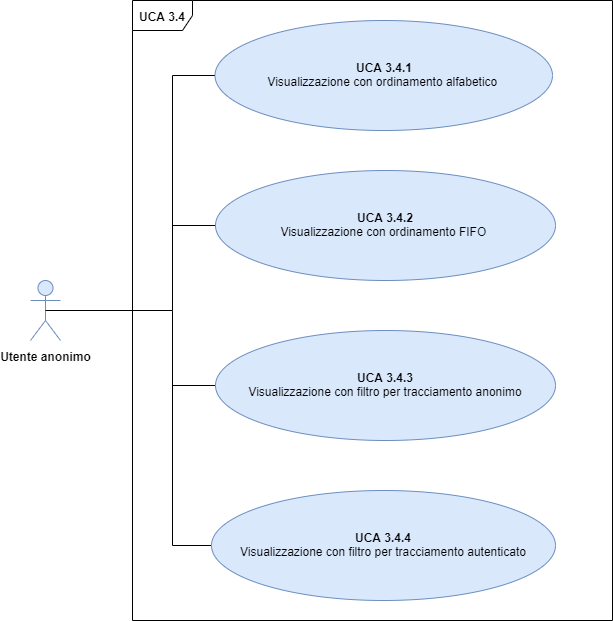
The draw.io diagram DocumentazioneEsterna/AnalisiDeiRequisiti/Sezioni/UseCase/Immagini/UCA3.4.png in qb-team/Stalker-Documentazione, before a commit. Source tidied: cells renumbered, new cells last; positions are measured from the earlier drawing's top-left corner, leaving out a move shared by most shapes. The source it was exported from:
```xml
<mxGraphModel>
  <root>
    <mxCell id="0" />
    <mxCell id="1" parent="0" />
    <mxCell id="2" value="&lt;b&gt;UCA 3.4&lt;/b&gt;" style="shape=umlFrame;whiteSpace=wrap;html=1;fontFamily=Helvetica;fontSize=12;" parent="1" vertex="1">
      <mxGeometry x="102" width="480" height="620" as="geometry" />
    </mxCell>
    <mxCell id="3" value="&lt;b&gt;Utente anonimo&lt;/b&gt;" style="shape=umlActor;verticalLabelPosition=bottom;labelBackgroundColor=#ffffff;verticalAlign=top;html=1;outlineConnect=0;fillColor=#dae8fc;strokeColor=#6c8ebf;fontFamily=Helvetica;fontSize=12;" parent="1" vertex="1">
      <mxGeometry y="280" width="30" height="60" as="geometry" />
    </mxCell>
    <mxCell id="4" style="edgeStyle=orthogonalEdgeStyle;rounded=0;jettySize=auto;html=1;exitX=0;exitY=0.5;exitDx=0;exitDy=0;entryX=0.5;entryY=0.5;entryDx=0;entryDy=0;entryPerimeter=0;endArrow=none;endFill=0;fontFamily=Helvetica;fontSize=12;" parent="1" edge="1" source="5" target="3">
      <mxGeometry relative="1" as="geometry">
        <Array as="points">
          <mxPoint x="142" y="75" />
          <mxPoint x="142" y="310" />
        </Array>
      </mxGeometry>
    </mxCell>
    <mxCell id="5" value="&lt;b&gt;UCA 3.4.1&lt;/b&gt;&lt;br&gt;Visualizzazione con ordinamento alfabetico&amp;nbsp;" style="ellipse;whiteSpace=wrap;html=1;fillColor=#dae8fc;strokeColor=#6c8ebf;fontFamily=Helvetica;fontSize=12;" parent="1" vertex="1">
      <mxGeometry x="184.5" y="20" width="337.5" height="110" as="geometry" />
    </mxCell>
    <mxCell id="6" style="edgeStyle=orthogonalEdgeStyle;rounded=0;jettySize=auto;html=1;exitX=0;exitY=0.5;exitDx=0;exitDy=0;endArrow=none;endFill=0;fontFamily=Helvetica;fontSize=12;" parent="1" edge="1" source="7">
      <mxGeometry relative="1" as="geometry">
        <mxPoint x="142" y="225" as="targetPoint" />
      </mxGeometry>
    </mxCell>
    <mxCell id="7" value="&lt;span style=&quot;line-height: 107% ; font-size: 12px&quot;&gt;&lt;font style=&quot;font-size: 12px&quot;&gt;&lt;b&gt;UCA 3.4.2&lt;/b&gt;&lt;br&gt;Visualizzazione con ordinamento FIFO&amp;nbsp;&lt;/font&gt;&lt;/span&gt;" style="ellipse;whiteSpace=wrap;html=1;fillColor=#dae8fc;strokeColor=#6c8ebf;fontFamily=Helvetica;fontSize=12;" parent="1" vertex="1">
      <mxGeometry x="185" y="170" width="340" height="110" as="geometry" />
    </mxCell>
    <mxCell id="8" style="edgeStyle=orthogonalEdgeStyle;rounded=0;jettySize=auto;html=1;exitX=0;exitY=0.5;exitDx=0;exitDy=0;endArrow=none;endFill=0;fontFamily=Helvetica;fontSize=12;" parent="1" edge="1" source="9">
      <mxGeometry relative="1" as="geometry">
        <mxPoint x="142" y="380" as="targetPoint" />
      </mxGeometry>
    </mxCell>
    <mxCell id="9" value="&lt;span style=&quot;line-height: 107% ; font-size: 12px&quot;&gt;&lt;font style=&quot;font-size: 12px&quot;&gt;&lt;b&gt;UCA 3.4.4&lt;/b&gt;&lt;br&gt;&lt;span style=&quot;line-height: 107% ; font-size: 12px&quot;&gt;Visualizzazione con filtro per tracciamento autenticato&lt;/span&gt;&lt;/font&gt;&lt;br style=&quot;font-size: 12px&quot;&gt;&lt;/span&gt;" style="ellipse;whiteSpace=wrap;html=1;fillColor=#dae8fc;strokeColor=#6c8ebf;fontFamily=Helvetica;fontSize=12;" parent="1" vertex="1">
      <mxGeometry x="181" y="490" width="344" height="110" as="geometry" />
    </mxCell>
    <mxCell id="10" style="edgeStyle=orthogonalEdgeStyle;rounded=0;jettySize=auto;html=1;exitX=0;exitY=0.5;exitDx=0;exitDy=0;endArrow=none;endFill=0;fontFamily=Helvetica;fontSize=12;" parent="1" edge="1" source="11">
      <mxGeometry relative="1" as="geometry">
        <mxPoint x="142" y="310" as="targetPoint" />
      </mxGeometry>
    </mxCell>
    <mxCell id="11" value="&lt;span style=&quot;line-height: 107% ; font-size: 12px&quot;&gt;&lt;font style=&quot;font-size: 12px&quot;&gt;&lt;b&gt;UCA 3.4.3&lt;/b&gt;&lt;br&gt;Visualizzazione con filtro per tracciamento anonimo&lt;/font&gt;&lt;/span&gt;" style="ellipse;whiteSpace=wrap;html=1;fillColor=#dae8fc;strokeColor=#6c8ebf;fontFamily=Helvetica;fontSize=12;" parent="1" vertex="1">
      <mxGeometry x="185" y="330" width="340" height="110" as="geometry" />
    </mxCell>
  </root>
</mxGraphModel>
```
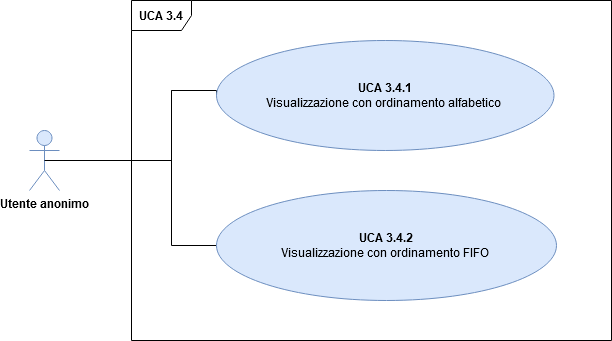
After the change.

Diff of the diagram source:
```diff
@@ -3,7 +3,7 @@
     <mxCell id="0" />
     <mxCell id="1" parent="0" />
     <mxCell id="2" value="&lt;b&gt;UCA 3.4&lt;/b&gt;" style="shape=umlFrame;whiteSpace=wrap;html=1;fontFamily=Helvetica;fontSize=12;" parent="1" vertex="1">
-      <mxGeometry x="102" width="480" height="620" as="geometry" />
+      <mxGeometry x="102" y="150" width="480" height="340" as="geometry" />
     </mxCell>
     <mxCell id="3" value="&lt;b&gt;Utente anonimo&lt;/b&gt;" style="shape=umlActor;verticalLabelPosition=bottom;labelBackgroundColor=#ffffff;verticalAlign=top;html=1;outlineConnect=0;fillColor=#dae8fc;strokeColor=#6c8ebf;fontFamily=Helvetica;fontSize=12;" parent="1" vertex="1">
       <mxGeometry y="280" width="30" height="60" as="geometry" />
@@ -11,37 +11,22 @@
     <mxCell id="4" style="edgeStyle=orthogonalEdgeStyle;rounded=0;jettySize=auto;html=1;exitX=0;exitY=0.5;exitDx=0;exitDy=0;entryX=0.5;entryY=0.5;entryDx=0;entryDy=0;entryPerimeter=0;endArrow=none;endFill=0;fontFamily=Helvetica;fontSize=12;" parent="1" edge="1" source="5" target="3">
       <mxGeometry relative="1" as="geometry">
         <Array as="points">
-          <mxPoint x="142" y="75" />
+          <mxPoint x="187" y="240" />
+          <mxPoint x="142" y="240" />
           <mxPoint x="142" y="310" />
         </Array>
       </mxGeometry>
     </mxCell>
     <mxCell id="5" value="&lt;b&gt;UCA 3.4.1&lt;/b&gt;&lt;br&gt;Visualizzazione con ordinamento alfabetico&amp;nbsp;" style="ellipse;whiteSpace=wrap;html=1;fillColor=#dae8fc;strokeColor=#6c8ebf;fontFamily=Helvetica;fontSize=12;" parent="1" vertex="1">
-      <mxGeometry x="184.5" y="20" width="337.5" height="110" as="geometry" />
+      <mxGeometry x="187" y="190" width="337.5" height="110" as="geometry" />
     </mxCell>
     <mxCell id="6" style="edgeStyle=orthogonalEdgeStyle;rounded=0;jettySize=auto;html=1;exitX=0;exitY=0.5;exitDx=0;exitDy=0;endArrow=none;endFill=0;fontFamily=Helvetica;fontSize=12;" parent="1" edge="1" source="7">
       <mxGeometry relative="1" as="geometry">
-        <mxPoint x="142" y="225" as="targetPoint" />
+        <mxPoint x="142" y="240" as="targetPoint" />
       </mxGeometry>
     </mxCell>
     <mxCell id="7" value="&lt;span style=&quot;line-height: 107% ; font-size: 12px&quot;&gt;&lt;font style=&quot;font-size: 12px&quot;&gt;&lt;b&gt;UCA 3.4.2&lt;/b&gt;&lt;br&gt;Visualizzazione con ordinamento FIFO&amp;nbsp;&lt;/font&gt;&lt;/span&gt;" style="ellipse;whiteSpace=wrap;html=1;fillColor=#dae8fc;strokeColor=#6c8ebf;fontFamily=Helvetica;fontSize=12;" parent="1" vertex="1">
-      <mxGeometry x="185" y="170" width="340" height="110" as="geometry" />
+      <mxGeometry x="187" y="340" width="340" height="110" as="geometry" />
     </mxCell>
-    <mxCell id="8" style="edgeStyle=orthogonalEdgeStyle;rounded=0;jettySize=auto;html=1;exitX=0;exitY=0.5;exitDx=0;exitDy=0;endArrow=none;endFill=0;fontFamily=Helvetica;fontSize=12;" parent="1" edge="1" source="9">
-      <mxGeometry relative="1" as="geometry">
-        <mxPoint x="142" y="380" as="targetPoint" />
-      </mxGeometry>
-    </mxCell>
-    <mxCell id="9" value="&lt;span style=&quot;line-height: 107% ; font-size: 12px&quot;&gt;&lt;font style=&quot;font-size: 12px&quot;&gt;&lt;b&gt;UCA 3.4.4&lt;/b&gt;&lt;br&gt;&lt;span style=&quot;line-height: 107% ; font-size: 12px&quot;&gt;Visualizzazione con filtro per tracciamento autenticato&lt;/span&gt;&lt;/font&gt;&lt;br style=&quot;font-size: 12px&quot;&gt;&lt;/span&gt;" style="ellipse;whiteSpace=wrap;html=1;fillColor=#dae8fc;strokeColor=#6c8ebf;fontFamily=Helvetica;fontSize=12;" parent="1" vertex="1">
-      <mxGeometry x="181" y="490" width="344" height="110" as="geometry" />
-    </mxCell>
-    <mxCell id="10" style="edgeStyle=orthogonalEdgeStyle;rounded=0;jettySize=auto;html=1;exitX=0;exitY=0.5;exitDx=0;exitDy=0;endArrow=none;endFill=0;fontFamily=Helvetica;fontSize=12;" parent="1" edge="1" source="11">
-      <mxGeometry relative="1" as="geometry">
-        <mxPoint x="142" y="310" as="targetPoint" />
-      </mxGeometry>
-    </mxCell>
-    <mxCell id="11" value="&lt;span style=&quot;line-height: 107% ; font-size: 12px&quot;&gt;&lt;font style=&quot;font-size: 12px&quot;&gt;&lt;b&gt;UCA 3.4.3&lt;/b&gt;&lt;br&gt;Visualizzazione con filtro per tracciamento anonimo&lt;/font&gt;&lt;/span&gt;" style="ellipse;whiteSpace=wrap;html=1;fillColor=#dae8fc;strokeColor=#6c8ebf;fontFamily=Helvetica;fontSize=12;" parent="1" vertex="1">
-      <mxGeometry x="185" y="330" width="340" height="110" as="geometry" />
-    </mxCell>
   </root>
 </mxGraphModel>
```
